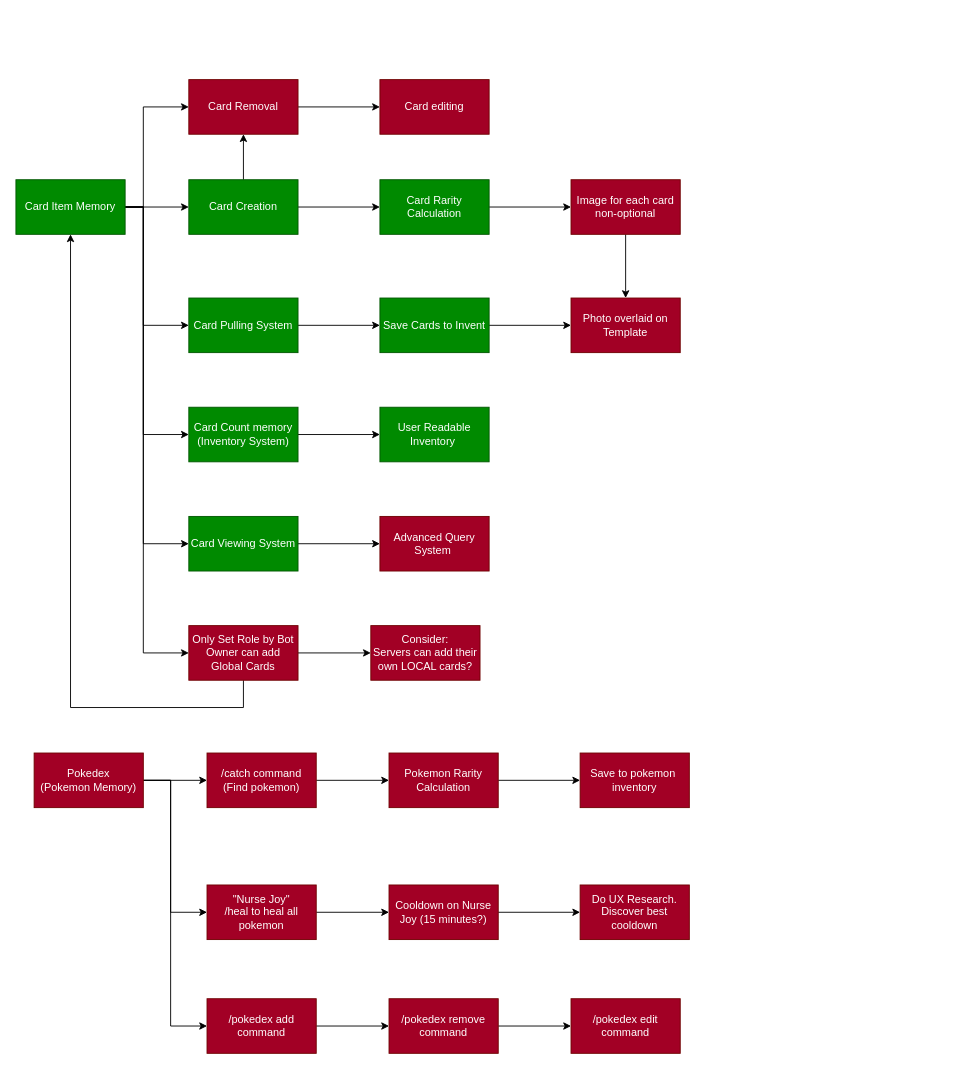
Above: roadmap.drawio in Ames-hub/fuma-gacha-bot (draw.io), before the change. Source tidied: cells renumbered, new cells numbered last; positions are measured from the earlier drawing's top-left corner, leaving out a move shared by most shapes. Both pictures are drawn from the tidied source at 91%, with x=0, y=0 at pixel (15, 79).
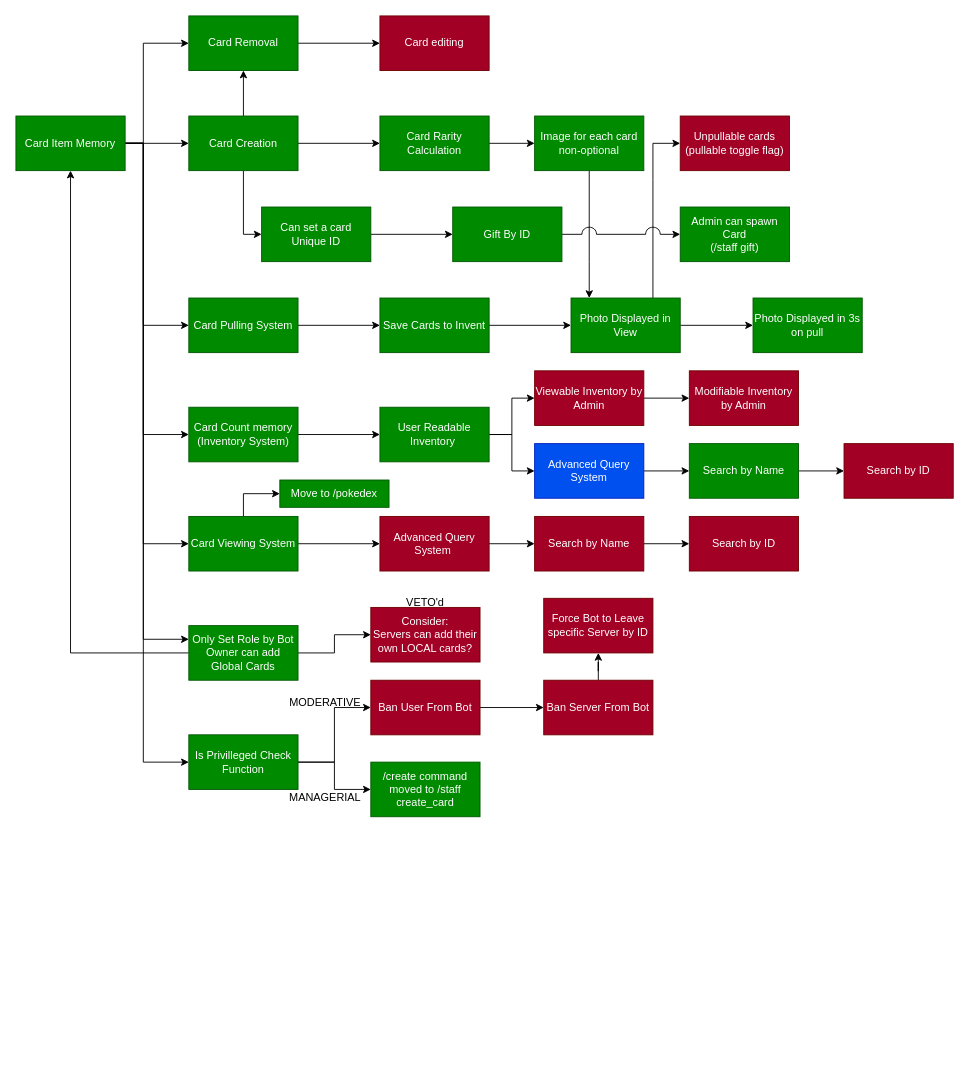
Above is the later version.

Unchanged cells that the change refers to:
```xml
<mxCell id="13" value="Card Count memory&lt;div&gt;(Inventory System)&lt;/div&gt;" style="rounded=0;whiteSpace=wrap;html=1;fillColor=#008a00;fontColor=#ffffff;strokeColor=#005700;" parent="1" vertex="1">
  <mxGeometry x="190" y="360" width="120" height="60" as="geometry" />
</mxCell>
<mxCell id="16" value="User Readable&lt;div&gt;Inventory&amp;nbsp;&lt;/div&gt;" style="rounded=0;whiteSpace=wrap;html=1;fillColor=#008a00;fontColor=#ffffff;strokeColor=#005700;" parent="1" vertex="1">
  <mxGeometry x="400" y="360" width="120" height="60" as="geometry" />
</mxCell>
<mxCell id="20" value="Card Viewing System" style="rounded=0;whiteSpace=wrap;html=1;fillColor=#008a00;fontColor=#ffffff;strokeColor=#005700;" parent="1" vertex="1">
  <mxGeometry x="190" y="480" width="120" height="60" as="geometry" />
</mxCell>
<mxCell id="21" value="Advanced Query System&amp;nbsp;" style="rounded=0;whiteSpace=wrap;html=1;fillColor=#a20025;fontColor=#ffffff;strokeColor=#6F0000;" parent="1" vertex="1">
  <mxGeometry x="400" y="480" width="120" height="60" as="geometry" />
</mxCell>
<mxCell id="27" value="Card Pulling System" style="rounded=0;whiteSpace=wrap;html=1;fillColor=#008a00;fontColor=#ffffff;strokeColor=#005700;" parent="1" vertex="1">
  <mxGeometry x="190" y="240" width="120" height="60" as="geometry" />
</mxCell>
```

What changed in the source:
```diff
@@
+    <mxCell id="53" style="edgeStyle=orthogonalEdgeStyle;rounded=0;jettySize=auto;html=1;entryX=0;entryY=0.5;entryDx=0;entryDy=0;" parent="1" edge="1" source="4" target="62">
+      <mxGeometry relative="1" as="geometry" />
+    </mxCell>
     <mxCell id="4" value="Card Creation" style="rounded=0;whiteSpace=wrap;html=1;fillColor=#008a00;fontColor=#ffffff;strokeColor=#005700;" parent="1" vertex="1">
-      <mxGeometry x="190" y="110" width="120" height="60" as="geometry" />
+      <mxGeometry x="190" y="40" width="120" height="60" as="geometry" />
     </mxCell>
@@
     <mxCell id="6" style="edgeStyle=orthogonalEdgeStyle;rounded=0;jettySize=auto;html=1;entryX=0;entryY=0.5;entryDx=0;entryDy=0;" parent="1" edge="1" source="11" target="20">
       <mxGeometry relative="1" as="geometry">
         <Array as="points">
-          <mxPoint x="140" y="140" />
+          <mxPoint x="140" y="70" />
           <mxPoint x="140" y="510" />
         </Array>
       </mxGeometry>
     </mxCell>
     <mxCell id="7" style="edgeStyle=orthogonalEdgeStyle;rounded=0;jettySize=auto;html=1;entryX=0;entryY=0.5;entryDx=0;entryDy=0;" parent="1" edge="1" source="11" target="13">
       <mxGeometry relative="1" as="geometry">
         <Array as="points">
-          <mxPoint x="140" y="140" />
+          <mxPoint x="140" y="70" />
           <mxPoint x="140" y="390" />
         </Array>
       </mxGeometry>
     </mxCell>
     <mxCell id="8" style="edgeStyle=orthogonalEdgeStyle;rounded=0;jettySize=auto;html=1;entryX=0;entryY=0.5;entryDx=0;entryDy=0;" parent="1" edge="1" source="11" target="27">
       <mxGeometry relative="1" as="geometry">
         <Array as="points">
-          <mxPoint x="140" y="140" />
+          <mxPoint x="140" y="70" />
           <mxPoint x="140" y="270" />
         </Array>
       </mxGeometry>
     </mxCell>
+    <mxCell id="10" style="edgeStyle=orthogonalEdgeStyle;rounded=0;jettySize=auto;html=1;entryX=0;entryY=0.5;entryDx=0;entryDy=0;" parent="1" edge="1" source="11" target="50">
+      <mxGeometry relative="1" as="geometry">
+        <Array as="points">
+          <mxPoint x="140" y="70" />
+          <mxPoint x="140" y="-40" />
+        </Array>
+      </mxGeometry>
+    </mxCell>
-    <mxCell id="9" style="edgeStyle=orthogonalEdgeStyle;rounded=0;jettySize=auto;html=1;entryX=0;entryY=0.5;entryDx=0;entryDy=0;" parent="1" edge="1" source="11" target="43">
+    <mxCell id="9" style="edgeStyle=orthogonalEdgeStyle;rounded=0;jettySize=auto;html=1;entryX=0;entryY=0.25;entryDx=0;entryDy=0;" parent="1" edge="1" source="11" target="43">
       <mxGeometry relative="1" as="geometry">
         <Array as="points">
-          <mxPoint x="140" y="140" />
-          <mxPoint x="140" y="630" />
+          <mxPoint x="140" y="70" />
+          <mxPoint x="140" y="615" />
         </Array>
       </mxGeometry>
     </mxCell>
-    <mxCell id="10" style="edgeStyle=orthogonalEdgeStyle;rounded=0;jettySize=auto;html=1;entryX=0;entryY=0.5;entryDx=0;entryDy=0;" parent="1" edge="1" source="11" target="50">
-      <mxGeometry relative="1" as="geometry">
-        <Array as="points">
-          <mxPoint x="140" y="140" />
-          <mxPoint x="140" y="30" />
-        </Array>
-      </mxGeometry>
-    </mxCell>
+    <mxCell id="54" style="edgeStyle=orthogonalEdgeStyle;rounded=0;jettySize=auto;html=1;entryX=0;entryY=0.5;entryDx=0;entryDy=0;" parent="1" edge="1" source="11" target="80">
+      <mxGeometry relative="1" as="geometry">
+        <Array as="points">
+          <mxPoint x="140" y="70" />
+          <mxPoint x="140" y="750" />
+        </Array>
+      </mxGeometry>
+    </mxCell>
     <mxCell id="11" value="Card Item Memory" style="rounded=0;whiteSpace=wrap;html=1;fillColor=#008a00;fontColor=#ffffff;strokeColor=#005700;" parent="1" vertex="1">
-      <mxGeometry y="110" width="120" height="60" as="geometry" />
+      <mxGeometry y="40" width="120" height="60" as="geometry" />
     </mxCell>
@@
     <mxCell id="15" value="Card Rarity Calculation" style="rounded=0;whiteSpace=wrap;html=1;fillColor=#008a00;fontColor=#ffffff;strokeColor=#005700;" parent="1" vertex="1">
-      <mxGeometry x="400" y="110" width="120" height="60" as="geometry" />
+      <mxGeometry x="400" y="40" width="120" height="60" as="geometry" />
     </mxCell>
+    <mxCell id="55" style="edgeStyle=orthogonalEdgeStyle;rounded=0;jettySize=auto;html=1;" parent="1" edge="1" source="16" target="68">
+      <mxGeometry relative="1" as="geometry" />
+    </mxCell>
+    <mxCell id="56" style="edgeStyle=orthogonalEdgeStyle;rounded=0;jettySize=auto;html=1;entryX=0;entryY=0.5;entryDx=0;entryDy=0;" parent="1" edge="1" source="16" target="71">
+      <mxGeometry relative="1" as="geometry" />
+    </mxCell>
@@
     <mxCell id="17" style="edgeStyle=orthogonalEdgeStyle;rounded=0;jettySize=auto;html=1;" parent="1" edge="1" source="18" target="30">
-      <mxGeometry relative="1" as="geometry" />
+      <mxGeometry relative="1" as="geometry">
+        <Array as="points">
+          <mxPoint x="630" y="200" />
+          <mxPoint x="630" y="200" />
+        </Array>
+      </mxGeometry>
     </mxCell>
-    <mxCell id="18" value="Image for each card&lt;div&gt;non-optional&lt;/div&gt;" style="rounded=0;whiteSpace=wrap;html=1;fillColor=#a20025;fontColor=#ffffff;strokeColor=#6F0000;" parent="1" vertex="1">
-      <mxGeometry x="610" y="110" width="120" height="60" as="geometry" />
+    <mxCell id="18" value="Image for each card&lt;div&gt;non-optional&lt;/div&gt;" style="rounded=0;whiteSpace=wrap;html=1;fillColor=#008a00;fontColor=#ffffff;strokeColor=#005700;" parent="1" vertex="1">
+      <mxGeometry x="570" y="40" width="120" height="60" as="geometry" />
     </mxCell>
@@
+    <mxCell id="57" style="edgeStyle=orthogonalEdgeStyle;rounded=0;jettySize=auto;html=1;entryX=0;entryY=0.5;entryDx=0;entryDy=0;" parent="1" edge="1" source="20" target="90">
+      <mxGeometry relative="1" as="geometry" />
+    </mxCell>
@@
+    <mxCell id="58" style="edgeStyle=orthogonalEdgeStyle;rounded=0;jettySize=auto;html=1;" parent="1" edge="1" source="21" target="76">
+      <mxGeometry relative="1" as="geometry" />
+    </mxCell>
@@
-    <mxCell id="22" style="edgeStyle=orthogonalEdgeStyle;rounded=0;jettySize=auto;html=1;" parent="1" edge="1" source="25" target="32">
-      <mxGeometry relative="1" as="geometry" />
-    </mxCell>
-    <mxCell id="23" style="edgeStyle=orthogonalEdgeStyle;rounded=0;jettySize=auto;html=1;" parent="1" edge="1" source="25" target="37">
-      <mxGeometry relative="1" as="geometry">
-        <Array as="points">
-          <mxPoint x="170" y="770" />
-          <mxPoint x="170" y="915" />
-        </Array>
-      </mxGeometry>
-    </mxCell>
-    <mxCell id="24" style="edgeStyle=orthogonalEdgeStyle;rounded=0;jettySize=auto;html=1;entryX=0;entryY=0.5;entryDx=0;entryDy=0;" parent="1" edge="1" source="25" target="46">
-      <mxGeometry relative="1" as="geometry">
-        <Array as="points">
-          <mxPoint x="170" y="770" />
-          <mxPoint x="170" y="1040" />
-        </Array>
-      </mxGeometry>
-    </mxCell>
-    <mxCell id="25" value="Pokedex&lt;div&gt;(Pokemon Memory)&lt;/div&gt;" style="rounded=0;whiteSpace=wrap;html=1;fillColor=#a20025;fontColor=#ffffff;strokeColor=#6F0000;" parent="1" vertex="1">
-      <mxGeometry x="20" y="740" width="120" height="60" as="geometry" />
-    </mxCell>
@@
+    <mxCell id="59" style="edgeStyle=orthogonalEdgeStyle;rounded=0;jettySize=auto;html=1;" parent="1" edge="1" source="30" target="66">
+      <mxGeometry relative="1" as="geometry">
+        <Array as="points">
+          <mxPoint x="700" y="110" />
+          <mxPoint x="700" y="110" />
+        </Array>
+      </mxGeometry>
+    </mxCell>
+    <mxCell id="60" style="edgeStyle=orthogonalEdgeStyle;rounded=0;jettySize=auto;html=1;" parent="1" edge="1" source="30" target="91">
+      <mxGeometry relative="1" as="geometry" />
+    </mxCell>
-    <mxCell id="30" value="Photo overlaid on Template" style="rounded=0;whiteSpace=wrap;html=1;fillColor=#a20025;fontColor=#ffffff;strokeColor=#6F0000;" parent="1" vertex="1">
+    <mxCell id="30" value="Photo Displayed in View" style="rounded=0;whiteSpace=wrap;html=1;fillColor=#008a00;fontColor=#ffffff;strokeColor=#005700;" parent="1" vertex="1">
       <mxGeometry x="610" y="240" width="120" height="60" as="geometry" />
     </mxCell>
-    <mxCell id="31" style="edgeStyle=orthogonalEdgeStyle;rounded=0;jettySize=auto;html=1;" parent="1" edge="1" source="32" target="34">
-      <mxGeometry relative="1" as="geometry" />
+    <mxCell id="31" style="edgeStyle=orthogonalEdgeStyle;rounded=0;orthogonalLoop=1;jettySize=auto;html=1;" parent="1" edge="1">
+      <mxGeometry relative="1" as="geometry">
+        <mxPoint x="410" y="870" as="targetPoint" />
+      </mxGeometry>
     </mxCell>
-    <mxCell id="32" value="/catch command&lt;div&gt;(Find pokemon)&lt;/div&gt;" style="rounded=0;whiteSpace=wrap;html=1;fillColor=#a20025;fontColor=#ffffff;strokeColor=#6F0000;" parent="1" vertex="1">
-      <mxGeometry x="210" y="740" width="120" height="60" as="geometry" />
-    </mxCell>
-    <mxCell id="33" style="edgeStyle=orthogonalEdgeStyle;rounded=0;jettySize=auto;html=1;" parent="1" edge="1" source="34" target="35">
-      <mxGeometry relative="1" as="geometry" />
+    <mxCell id="33" style="edgeStyle=orthogonalEdgeStyle;rounded=0;orthogonalLoop=1;jettySize=auto;html=1;" parent="1" edge="1">
+      <mxGeometry relative="1" as="geometry">
+        <mxPoint x="620" y="870" as="targetPoint" />
+      </mxGeometry>
     </mxCell>
-    <mxCell id="34" value="Pokemon Rarity Calculation" style="rounded=0;whiteSpace=wrap;html=1;fillColor=#a20025;fontColor=#ffffff;strokeColor=#6F0000;" parent="1" vertex="1">
-      <mxGeometry x="410" y="740" width="120" height="60" as="geometry" />
-    </mxCell>
-    <mxCell id="35" value="Save to pokemon&amp;nbsp; inventory" style="rounded=0;whiteSpace=wrap;html=1;fillColor=#a20025;fontColor=#ffffff;strokeColor=#6F0000;" parent="1" vertex="1">
-      <mxGeometry x="620" y="740" width="120" height="60" as="geometry" />
-    </mxCell>
-    <mxCell id="36" style="edgeStyle=orthogonalEdgeStyle;rounded=0;jettySize=auto;html=1;" parent="1" edge="1" source="37" target="39">
-      <mxGeometry relative="1" as="geometry" />
-    </mxCell>
-    <mxCell id="37" value="&quot;Nurse Joy&quot;&lt;div&gt;/heal to heal all pokemon&lt;/div&gt;" style="rounded=0;whiteSpace=wrap;html=1;fillColor=#a20025;fontColor=#ffffff;strokeColor=#6F0000;" parent="1" vertex="1">
-      <mxGeometry x="210" y="885" width="120" height="60" as="geometry" />
-    </mxCell>
-    <mxCell id="38" style="edgeStyle=orthogonalEdgeStyle;rounded=0;jettySize=auto;html=1;" parent="1" edge="1" source="39" target="40">
-      <mxGeometry relative="1" as="geometry" />
-    </mxCell>
-    <mxCell id="39" value="Cooldown on Nurse Joy (15 minutes?)" style="rounded=0;whiteSpace=wrap;html=1;fillColor=#a20025;fontColor=#ffffff;strokeColor=#6F0000;" parent="1" vertex="1">
-      <mxGeometry x="410" y="885" width="120" height="60" as="geometry" />
-    </mxCell>
-    <mxCell id="40" value="Do UX Research.&lt;div&gt;Discover best cooldown&lt;/div&gt;" style="rounded=0;whiteSpace=wrap;html=1;fillColor=#a20025;fontColor=#ffffff;strokeColor=#6F0000;" parent="1" vertex="1">
-      <mxGeometry x="620" y="885" width="120" height="60" as="geometry" />
-    </mxCell>
     <mxCell id="41" style="edgeStyle=orthogonalEdgeStyle;rounded=0;jettySize=auto;html=1;entryX=0.5;entryY=1;entryDx=0;entryDy=0;" parent="1" edge="1" source="43" target="11">
       <mxGeometry relative="1" as="geometry">
         <Array as="points">
-          <mxPoint x="250" y="690" />
-          <mxPoint x="60" y="690" />
+          <mxPoint x="60" y="630" />
         </Array>
       </mxGeometry>
     </mxCell>
@@
-    <mxCell id="43" value="Only Set Role by Bot Owner can add Global Cards" style="rounded=0;whiteSpace=wrap;html=1;fillColor=#a20025;fontColor=#ffffff;strokeColor=#6F0000;" parent="1" vertex="1">
+    <mxCell id="43" value="Only Set Role by Bot Owner can add Global Cards" style="rounded=0;whiteSpace=wrap;html=1;fillColor=#008a00;fontColor=#ffffff;strokeColor=#005700;" parent="1" vertex="1">
       <mxGeometry x="190" y="600" width="120" height="60" as="geometry" />
     </mxCell>
     <mxCell id="44" value="Consider:&lt;div&gt;Servers can add their own LOCAL cards?&lt;/div&gt;" style="rounded=0;whiteSpace=wrap;html=1;fillColor=#a20025;fontColor=#ffffff;strokeColor=#6F0000;" parent="1" vertex="1">
-      <mxGeometry x="390" y="600" width="120" height="60" as="geometry" />
+      <mxGeometry x="390" y="580" width="120" height="60" as="geometry" />
     </mxCell>
-    <mxCell id="45" style="edgeStyle=orthogonalEdgeStyle;rounded=0;jettySize=auto;html=1;" parent="1" edge="1" source="46" target="48">
-      <mxGeometry relative="1" as="geometry" />
-    </mxCell>
-    <mxCell id="46" value="/pokedex add&lt;div&gt;command&lt;/div&gt;" style="rounded=0;whiteSpace=wrap;html=1;fillColor=#a20025;fontColor=#ffffff;strokeColor=#6F0000;" parent="1" vertex="1">
-      <mxGeometry x="210" y="1010" width="120" height="60" as="geometry" />
-    </mxCell>
-    <mxCell id="47" style="edgeStyle=orthogonalEdgeStyle;rounded=0;jettySize=auto;html=1;" parent="1" edge="1" source="48" target="52">
-      <mxGeometry relative="1" as="geometry" />
-    </mxCell>
-    <mxCell id="48" value="/pokedex remove&lt;div&gt;command&lt;/div&gt;" style="whiteSpace=wrap;html=1;rounded=0;fillColor=#a20025;fontColor=#ffffff;strokeColor=#6F0000;" parent="1" vertex="1">
-      <mxGeometry x="410" y="1010" width="120" height="60" as="geometry" />
-    </mxCell>
@@
-    <mxCell id="50" value="Card Removal" style="rounded=0;whiteSpace=wrap;html=1;fillColor=#a20025;fontColor=#ffffff;strokeColor=#6F0000;" parent="1" vertex="1">
-      <mxGeometry x="190" width="120" height="60" as="geometry" />
+    <mxCell id="50" value="Card Removal" style="rounded=0;whiteSpace=wrap;html=1;fillColor=#008a00;fontColor=#ffffff;strokeColor=#005700;" parent="1" vertex="1">
+      <mxGeometry x="190" y="-70" width="120" height="60" as="geometry" />
     </mxCell>
     <mxCell id="51" value="Card editing" style="rounded=0;whiteSpace=wrap;html=1;fillColor=#a20025;fontColor=#ffffff;strokeColor=#6F0000;" parent="1" vertex="1">
-      <mxGeometry x="400" width="120" height="60" as="geometry" />
+      <mxGeometry x="400" y="-70" width="120" height="60" as="geometry" />
     </mxCell>
-    <mxCell id="52" value="/pokedex edit&lt;div&gt;command&lt;/div&gt;" style="rounded=0;whiteSpace=wrap;html=1;fillColor=#a20025;fontColor=#ffffff;strokeColor=#6F0000;" parent="1" vertex="1">
-      <mxGeometry x="610" y="1010" width="120" height="60" as="geometry" />
-    </mxCell>
+    <mxCell id="61" style="edgeStyle=orthogonalEdgeStyle;rounded=0;jettySize=auto;html=1;" parent="1" edge="1" source="62" target="64">
+      <mxGeometry relative="1" as="geometry" />
+    </mxCell>
+    <mxCell id="62" value="Can set a card Unique ID" style="rounded=0;whiteSpace=wrap;html=1;fillColor=#008a00;fontColor=#ffffff;strokeColor=#005700;" parent="1" vertex="1">
+      <mxGeometry x="270" y="140" width="120" height="60" as="geometry" />
+    </mxCell>
+    <mxCell id="63" style="edgeStyle=orthogonalEdgeStyle;rounded=0;jettySize=auto;html=1;entryX=0;entryY=0.5;entryDx=0;entryDy=0;jumpStyle=arc;jumpSize=16;" parent="1" edge="1" source="64" target="65">
+      <mxGeometry relative="1" as="geometry" />
+    </mxCell>
+    <mxCell id="64" value="Gift By ID" style="rounded=0;whiteSpace=wrap;html=1;fillColor=#008a00;fontColor=#ffffff;strokeColor=#005700;" parent="1" vertex="1">
+      <mxGeometry x="480" y="140" width="120" height="60" as="geometry" />
+    </mxCell>
+    <mxCell id="65" value="Admin can spawn Card&lt;div&gt;(/staff gift)&lt;/div&gt;" style="rounded=0;whiteSpace=wrap;html=1;fillColor=#008a00;fontColor=#ffffff;strokeColor=#005700;" parent="1" vertex="1">
+      <mxGeometry x="730" y="140" width="120" height="60" as="geometry" />
+    </mxCell>
+    <mxCell id="66" value="Unpullable cards&lt;div&gt;(pullable toggle flag)&lt;/div&gt;" style="rounded=0;whiteSpace=wrap;html=1;fillColor=#a20025;fontColor=#ffffff;strokeColor=#6F0000;" parent="1" vertex="1">
+      <mxGeometry x="730" y="40" width="120" height="60" as="geometry" />
+    </mxCell>
+    <mxCell id="67" style="edgeStyle=orthogonalEdgeStyle;rounded=0;jettySize=auto;html=1;" parent="1" edge="1" source="68" target="69">
+      <mxGeometry relative="1" as="geometry" />
+    </mxCell>
+    <mxCell id="68" value="Viewable Inventory by Admin" style="rounded=0;whiteSpace=wrap;html=1;fillColor=#a20025;fontColor=#ffffff;strokeColor=#6F0000;" parent="1" vertex="1">
+      <mxGeometry x="570" y="320" width="120" height="60" as="geometry" />
+    </mxCell>
+    <mxCell id="69" value="Modifiable Inventory by Admin" style="rounded=0;whiteSpace=wrap;html=1;fillColor=#a20025;fontColor=#ffffff;strokeColor=#6F0000;" parent="1" vertex="1">
+      <mxGeometry x="740" y="320" width="120" height="60" as="geometry" />
+    </mxCell>
+    <mxCell id="70" style="edgeStyle=orthogonalEdgeStyle;rounded=0;jettySize=auto;html=1;" parent="1" edge="1" source="71" target="73">
+      <mxGeometry relative="1" as="geometry" />
+    </mxCell>
+    <mxCell id="71" value="Advanced Query System" style="rounded=0;whiteSpace=wrap;html=1;fillColor=#0050ef;fontColor=#ffffff;strokeColor=#001DBC;" parent="1" vertex="1">
+      <mxGeometry x="570" y="400" width="120" height="60" as="geometry" />
+    </mxCell>
+    <mxCell id="72" style="edgeStyle=orthogonalEdgeStyle;rounded=0;jettySize=auto;html=1;" parent="1" edge="1" source="73" target="74">
+      <mxGeometry relative="1" as="geometry" />
+    </mxCell>
+    <mxCell id="73" value="Search by Name" style="whiteSpace=wrap;html=1;rounded=0;fillColor=#008a00;fontColor=#ffffff;strokeColor=#005700;" parent="1" vertex="1">
+      <mxGeometry x="740" y="400" width="120" height="60" as="geometry" />
+    </mxCell>
+    <mxCell id="74" value="Search by ID" style="rounded=0;whiteSpace=wrap;html=1;fillColor=#a20025;fontColor=#ffffff;strokeColor=#6F0000;" parent="1" vertex="1">
+      <mxGeometry x="910" y="400" width="120" height="60" as="geometry" />
+    </mxCell>
+    <mxCell id="75" style="edgeStyle=orthogonalEdgeStyle;rounded=0;jettySize=auto;html=1;" parent="1" edge="1" source="76" target="77">
+      <mxGeometry relative="1" as="geometry" />
+    </mxCell>
+    <mxCell id="76" value="Search by Name" style="whiteSpace=wrap;html=1;rounded=0;fillColor=#a20025;fontColor=#ffffff;strokeColor=#6F0000;" parent="1" vertex="1">
+      <mxGeometry x="570" y="480" width="120" height="60" as="geometry" />
+    </mxCell>
+    <mxCell id="77" value="Search by ID" style="rounded=0;whiteSpace=wrap;html=1;fillColor=#a20025;fontColor=#ffffff;strokeColor=#6F0000;" parent="1" vertex="1">
+      <mxGeometry x="740" y="480" width="120" height="60" as="geometry" />
+    </mxCell>
+    <mxCell id="78" style="edgeStyle=orthogonalEdgeStyle;rounded=0;jettySize=auto;html=1;" parent="1" edge="1" source="80" target="82">
+      <mxGeometry relative="1" as="geometry" />
+    </mxCell>
+    <mxCell id="79" style="edgeStyle=orthogonalEdgeStyle;rounded=0;jettySize=auto;html=1;" parent="1" edge="1" source="80" target="87">
+      <mxGeometry relative="1" as="geometry" />
+    </mxCell>
+    <mxCell id="80" value="Is Privilleged Check&lt;div&gt;Function&lt;/div&gt;" style="rounded=0;whiteSpace=wrap;html=1;fillColor=#008a00;fontColor=#ffffff;strokeColor=#005700;" parent="1" vertex="1">
+      <mxGeometry x="190" y="720" width="120" height="60" as="geometry" />
+    </mxCell>
+    <mxCell id="81" style="edgeStyle=orthogonalEdgeStyle;rounded=0;jettySize=auto;html=1;" parent="1" edge="1" source="82" target="84">
+      <mxGeometry relative="1" as="geometry" />
+    </mxCell>
+    <mxCell id="82" value="Ban User From Bot" style="rounded=0;whiteSpace=wrap;html=1;fillColor=#a20025;fontColor=#ffffff;strokeColor=#6F0000;" parent="1" vertex="1">
+      <mxGeometry x="390" y="660" width="120" height="60" as="geometry" />
+    </mxCell>
+    <mxCell id="83" style="edgeStyle=orthogonalEdgeStyle;rounded=0;jettySize=auto;html=1;" parent="1" edge="1" source="84" target="85">
+      <mxGeometry relative="1" as="geometry" />
+    </mxCell>
+    <mxCell id="84" value="Ban Server From Bot" style="rounded=0;whiteSpace=wrap;html=1;fillColor=#a20025;fontColor=#ffffff;strokeColor=#6F0000;" parent="1" vertex="1">
+      <mxGeometry x="580" y="660" width="120" height="60" as="geometry" />
+    </mxCell>
+    <mxCell id="85" value="Force Bot to Leave specific Server by ID" style="rounded=0;whiteSpace=wrap;html=1;fillColor=#a20025;fontColor=#ffffff;strokeColor=#6F0000;" parent="1" vertex="1">
+      <mxGeometry x="580" y="570" width="120" height="60" as="geometry" />
+    </mxCell>
+    <mxCell id="86" value="VETO'd" style="text;html=1;align=center;verticalAlign=middle;whiteSpace=wrap;rounded=0;" parent="1" vertex="1">
+      <mxGeometry x="390" y="560" width="120" height="30" as="geometry" />
+    </mxCell>
+    <mxCell id="87" value="/create command moved to /staff create_card" style="rounded=0;whiteSpace=wrap;html=1;fillColor=#008a00;fontColor=#ffffff;strokeColor=#005700;" parent="1" vertex="1">
+      <mxGeometry x="390" y="750" width="120" height="60" as="geometry" />
+    </mxCell>
+    <mxCell id="88" value="MODERATIVE" style="text;html=1;align=center;verticalAlign=middle;whiteSpace=wrap;rounded=0;" parent="1" vertex="1">
+      <mxGeometry x="310" y="670" width="60" height="30" as="geometry" />
+    </mxCell>
+    <mxCell id="89" value="MANAGERIAL" style="text;html=1;align=center;verticalAlign=middle;whiteSpace=wrap;rounded=0;" parent="1" vertex="1">
+      <mxGeometry x="310" y="780" width="60" height="17" as="geometry" />
+    </mxCell>
+    <mxCell id="90" value="Move to /pokedex" style="rounded=0;whiteSpace=wrap;html=1;fillColor=#008a00;fontColor=#ffffff;strokeColor=#005700;" parent="1" vertex="1">
+      <mxGeometry x="290" y="440" width="120" height="30" as="geometry" />
+    </mxCell>
+    <mxCell id="91" value="Photo Displayed in 3s on pull" style="rounded=0;whiteSpace=wrap;html=1;fillColor=#008a00;fontColor=#ffffff;strokeColor=#005700;" parent="1" vertex="1">
+      <mxGeometry x="810" y="240" width="120" height="60" as="geometry" />
+    </mxCell>
```
